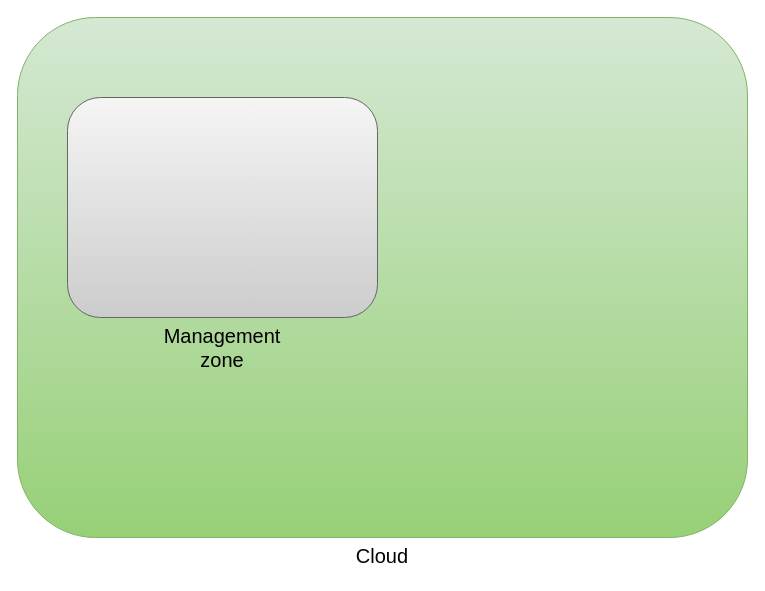
OscHer/treboform keeps this draw.io diagram as Diagrama sin título.drawio. Above is the earlier version. Source tidied: cells renumbered, new cells numbered last; positions are measured from the earlier drawing's top-left corner, leaving out a move shared by most shapes. Both pictures are drawn from the tidied source at 100%, with x=0, y=0 at pixel (17, 17).
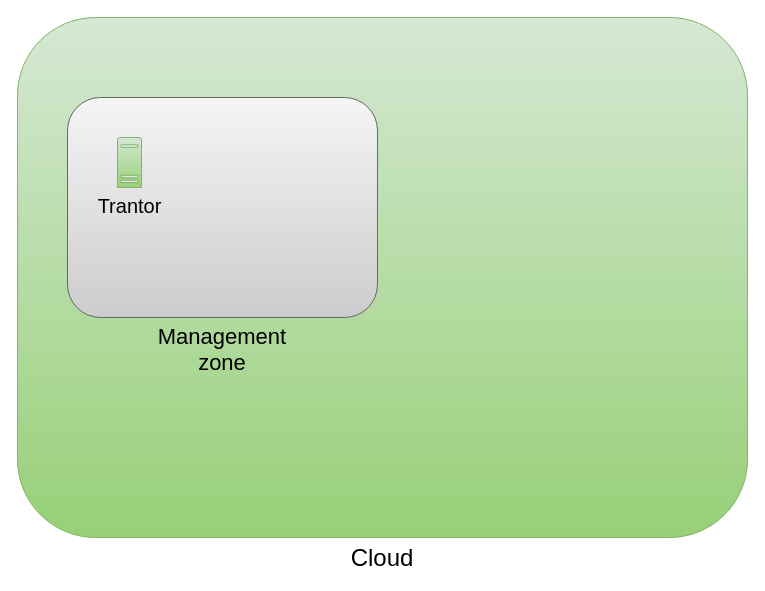
After the change.

The edit, as a diff of the source:
```diff
@@
 <mxGraphModel>
   <root>
     <mxCell id="0" />
     <mxCell id="1" parent="0" />
-    <mxCell id="2" value="&lt;div align=&quot;left&quot;&gt;&lt;font style=&quot;font-size: 20px;&quot;&gt;Cloud&lt;/font&gt;&lt;br&gt;&lt;/div&gt;" style="rounded=1;whiteSpace=wrap;html=1;fillColor=#d5e8d4;strokeColor=#82b366;gradientColor=#97d077;verticalAlign=top;labelPosition=center;verticalLabelPosition=bottom;align=center;" parent="1" vertex="1">
+    <mxCell id="2" value="&lt;div style=&quot;font-size: 24px;&quot; align=&quot;left&quot;&gt;&lt;font style=&quot;font-size: 24px;&quot;&gt;Cloud&lt;br&gt;&lt;/font&gt;&lt;/div&gt;" style="rounded=1;whiteSpace=wrap;html=1;fillColor=#d5e8d4;strokeColor=#82b366;gradientColor=#97d077;verticalAlign=top;labelPosition=center;verticalLabelPosition=bottom;align=center;" parent="1" vertex="1">
       <mxGeometry width="730" height="520" as="geometry" />
     </mxCell>
-    <mxCell id="3" value="&lt;div&gt;Management&lt;/div&gt;&lt;div&gt;zone&lt;br&gt;&lt;/div&gt;" style="rounded=1;whiteSpace=wrap;html=1;fontSize=20;labelPosition=center;verticalLabelPosition=bottom;align=center;verticalAlign=top;fillColor=#f5f5f5;gradientColor=#CCCCCC;strokeColor=#666666;" parent="1" vertex="1">
+    <mxCell id="3" value="&lt;div style=&quot;font-size: 22px;&quot;&gt;&lt;font style=&quot;font-size: 22px;&quot;&gt;Management&lt;/font&gt;&lt;/div&gt;&lt;div style=&quot;font-size: 22px;&quot;&gt;&lt;font style=&quot;font-size: 22px;&quot;&gt;&lt;font style=&quot;font-size: 22px;&quot;&gt;zone&lt;/font&gt;&lt;br&gt;&lt;/font&gt;&lt;/div&gt;" style="rounded=1;whiteSpace=wrap;html=1;fontSize=20;labelPosition=center;verticalLabelPosition=bottom;align=center;verticalAlign=top;fillColor=#f5f5f5;gradientColor=#CCCCCC;strokeColor=#666666;" parent="1" vertex="1">
       <mxGeometry x="50" y="80" width="310" height="220" as="geometry" />
     </mxCell>
+    <mxCell id="4" value="Trantor" style="sketch=0;shadow=0;dashed=0;html=1;strokeColor=#82b366;labelPosition=center;verticalLabelPosition=bottom;verticalAlign=top;align=center;fillColor=#d5e8d4;shape=mxgraph.mscae.enterprise.server_generic;gradientColor=#97d077;fontSize=20;" parent="1" vertex="1">
+      <mxGeometry x="100" y="120" width="24" height="50" as="geometry" />
+    </mxCell>
   </root>
 </mxGraphModel>
```
